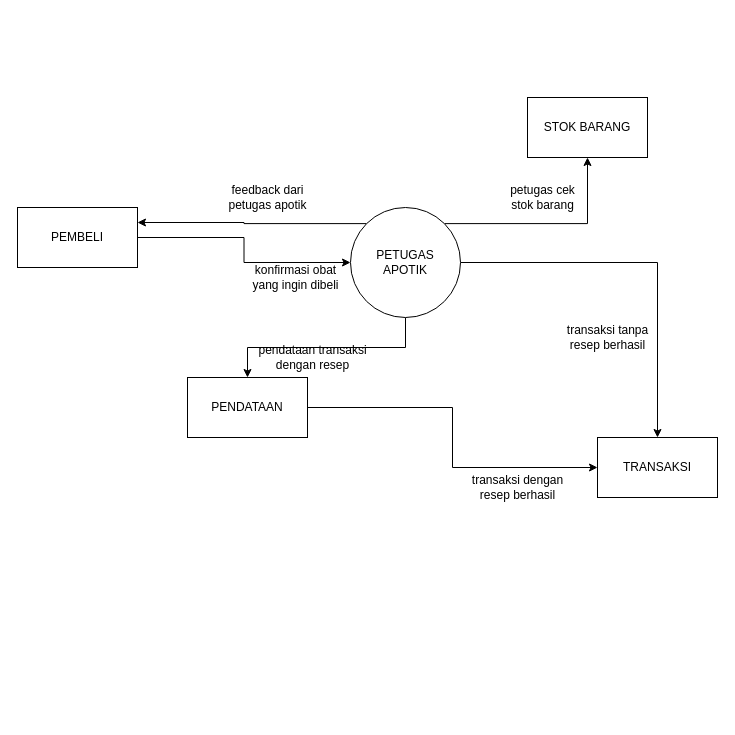
Before: .idea/Diagram Tanpa Judul.drawio in nuraliahfj/PraktikumJavaProyek, a draw.io diagram. Source tidied: cells renumbered, new cells numbered last; positions are measured from the earlier drawing's top-left corner, leaving out a move shared by most shapes. Both pictures are drawn from the tidied source at 100%, with x=0, y=0 at pixel (17, 97).
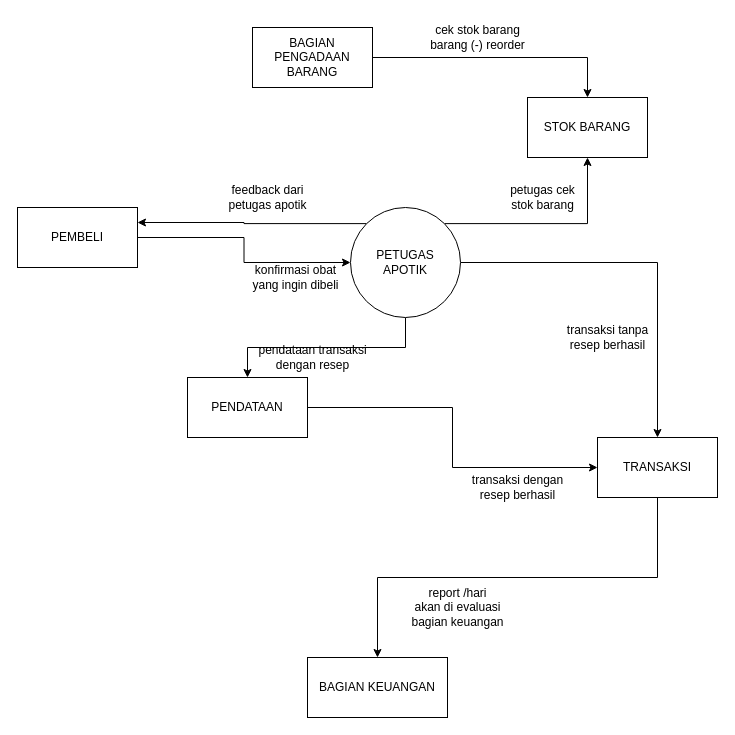
The same diagram, later.

The change refers to these unchanged cells:
```xml
<mxCell id="9" value="STOK BARANG" style="rounded=0;whiteSpace=wrap;html=1;" parent="1" vertex="1">
  <mxGeometry x="510" width="120" height="60" as="geometry" />
</mxCell>
<mxCell id="13" value="TRANSAKSI" style="rounded=0;whiteSpace=wrap;html=1;" parent="1" vertex="1">
  <mxGeometry x="580" y="340" width="120" height="60" as="geometry" />
</mxCell>
```

Diff of the diagram source:
```diff
@@
+    <mxCell id="19" style="edgeStyle=orthogonalEdgeStyle;rounded=0;jettySize=auto;html=1;exitX=0.5;exitY=1;exitDx=0;exitDy=0;entryX=0.5;entryY=0;entryDx=0;entryDy=0;" parent="1" edge="1" source="13" target="23">
+      <mxGeometry relative="1" as="geometry" />
+    </mxCell>
@@
+    <mxCell id="20" style="edgeStyle=orthogonalEdgeStyle;rounded=0;jettySize=auto;html=1;exitX=1;exitY=0.5;exitDx=0;exitDy=0;entryX=0.5;entryY=0;entryDx=0;entryDy=0;" parent="1" edge="1" source="21" target="9">
+      <mxGeometry relative="1" as="geometry" />
+    </mxCell>
+    <mxCell id="21" value="BAGIAN PENGADAAN BARANG" style="rounded=0;whiteSpace=wrap;html=1;" parent="1" vertex="1">
+      <mxGeometry x="235" y="-70" width="120" height="60" as="geometry" />
+    </mxCell>
+    <mxCell id="22" value="cek stok barang&lt;br&gt;barang (-) reorder" style="text;html=1;align=center;verticalAlign=middle;strokeColor=none;fillColor=none;" parent="1" vertex="1">
+      <mxGeometry x="400" y="-80" width="120" height="40" as="geometry" />
+    </mxCell>
+    <mxCell id="23" value="BAGIAN KEUANGAN" style="rounded=0;whiteSpace=wrap;html=1;" parent="1" vertex="1">
+      <mxGeometry x="290" y="560" width="140" height="60" as="geometry" />
+    </mxCell>
+    <mxCell id="24" value="report /hari&lt;br&gt;akan di evaluasi&lt;br&gt;bagian keuangan" style="text;html=1;align=center;verticalAlign=middle;strokeColor=none;fillColor=none;" parent="1" vertex="1">
+      <mxGeometry x="380" y="480" width="120" height="60" as="geometry" />
+    </mxCell>
```
